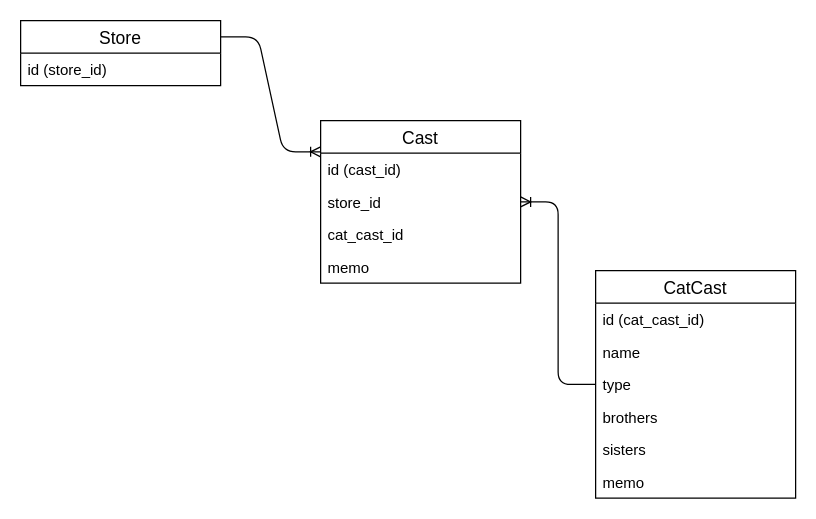
Earlier version of the draw.io diagram document/02. 基本設計/draw.io/cast.drawio (mabubu0203/catcafe). Source tidied: cells renumbered, new cells numbered last; positions are measured from the earlier drawing's top-left corner, leaving out a move shared by most shapes. Both pictures are drawn from the tidied source at 125%, with x=0, y=0 at pixel (20, 20).
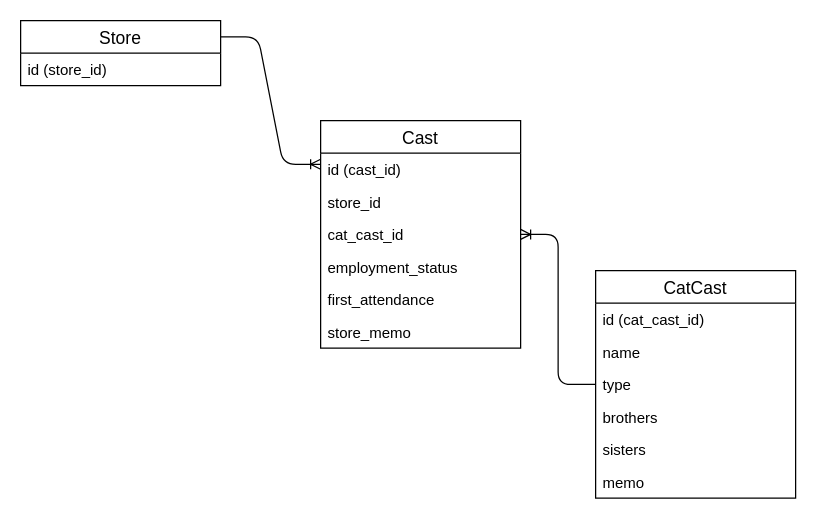
After the change.

What changed in the source:
```diff
@@
 <mxGraphModel>
   <root>
     <mxCell id="0" />
     <mxCell id="1" parent="0" />
     <mxCell id="2" value="Store" style="swimlane;fontStyle=0;horizontal=1;startSize=26;align=center;fontSize=14;" parent="1" vertex="1">
       <mxGeometry width="160" height="52" as="geometry" />
     </mxCell>
     <mxCell id="3" value="id (store_id)" style="text;strokeColor=none;fillColor=none;spacingLeft=4;spacingRight=4;overflow=hidden;fontSize=12;" parent="2" vertex="1">
       <mxGeometry y="26" width="160" height="26" as="geometry" />
     </mxCell>
     <mxCell id="4" value="Cast" style="swimlane;fontStyle=0;horizontal=1;startSize=26;align=center;fontSize=14;" parent="1" vertex="1">
-      <mxGeometry x="240" y="80" width="160" height="130" as="geometry" />
+      <mxGeometry x="240" y="80" width="160" height="182" as="geometry" />
     </mxCell>
     <mxCell id="5" value="id (cast_id)" style="text;strokeColor=none;fillColor=none;spacingLeft=4;spacingRight=4;overflow=hidden;fontSize=12;" parent="4" vertex="1">
       <mxGeometry y="26" width="160" height="26" as="geometry" />
     </mxCell>
     <mxCell id="6" value="store_id" style="text;strokeColor=none;fillColor=none;spacingLeft=4;spacingRight=4;overflow=hidden;fontSize=12;" parent="4" vertex="1">
       <mxGeometry y="52" width="160" height="26" as="geometry" />
     </mxCell>
     <mxCell id="7" value="cat_cast_id" style="text;strokeColor=none;fillColor=none;spacingLeft=4;spacingRight=4;overflow=hidden;fontSize=12;" parent="4" vertex="1">
       <mxGeometry y="78" width="160" height="26" as="geometry" />
     </mxCell>
+    <mxCell id="18" value="employment_status" style="text;strokeColor=none;fillColor=none;spacingLeft=4;spacingRight=4;overflow=hidden;fontSize=12;" parent="4" vertex="1">
+      <mxGeometry y="104" width="160" height="26" as="geometry" />
+    </mxCell>
+    <mxCell id="19" value="first_attendance" style="text;strokeColor=none;fillColor=none;spacingLeft=4;spacingRight=4;overflow=hidden;fontSize=12;" parent="4" vertex="1">
+      <mxGeometry y="130" width="160" height="26" as="geometry" />
+    </mxCell>
-    <mxCell id="8" value="memo" style="text;strokeColor=none;fillColor=none;spacingLeft=4;spacingRight=4;overflow=hidden;fontSize=12;" parent="4" vertex="1">
-      <mxGeometry y="104" width="160" height="26" as="geometry" />
+    <mxCell id="8" value="store_memo" style="text;strokeColor=none;fillColor=none;spacingLeft=4;spacingRight=4;overflow=hidden;fontSize=12;" parent="4" vertex="1">
+      <mxGeometry y="156" width="160" height="26" as="geometry" />
     </mxCell>
     <mxCell id="9" style="edgeStyle=entityRelationEdgeStyle;fontSize=12;html=1;endArrow=ERoneToMany;entryX=0;entryY=0.192;entryDx=0;entryDy=0;entryPerimeter=0;exitX=1;exitY=0.25;exitDx=0;exitDy=0;" parent="1" edge="1" source="2" target="4">
       <mxGeometry relative="1" as="geometry" />
     </mxCell>
     <mxCell id="10" style="edgeStyle=entityRelationEdgeStyle;fontSize=12;html=1;endArrow=ERoneToMany;" parent="1" edge="1" source="11" target="4">
       <mxGeometry relative="1" as="geometry" />
     </mxCell>
     <mxCell id="11" value="CatCast" style="swimlane;fontStyle=0;horizontal=1;startSize=26;align=center;fontSize=14;" parent="1" vertex="1">
       <mxGeometry x="460" y="200" width="160" height="182" as="geometry" />
     </mxCell>
     <mxCell id="12" value="id (cat_cast_id)" style="text;strokeColor=none;fillColor=none;spacingLeft=4;spacingRight=4;overflow=hidden;fontSize=12;" parent="11" vertex="1">
       <mxGeometry y="26" width="160" height="26" as="geometry" />
     </mxCell>
     <mxCell id="13" value="name" style="text;strokeColor=none;fillColor=none;spacingLeft=4;spacingRight=4;overflow=hidden;fontSize=12;" parent="11" vertex="1">
       <mxGeometry y="52" width="160" height="26" as="geometry" />
     </mxCell>
     <mxCell id="14" value="type" style="text;strokeColor=none;fillColor=none;spacingLeft=4;spacingRight=4;overflow=hidden;fontSize=12;" parent="11" vertex="1">
       <mxGeometry y="78" width="160" height="26" as="geometry" />
     </mxCell>
     <mxCell id="15" value="brothers" style="text;strokeColor=none;fillColor=none;spacingLeft=4;spacingRight=4;overflow=hidden;fontSize=12;" parent="11" vertex="1">
       <mxGeometry y="104" width="160" height="26" as="geometry" />
     </mxCell>
     <mxCell id="16" value="sisters" style="text;strokeColor=none;fillColor=none;spacingLeft=4;spacingRight=4;overflow=hidden;fontSize=12;" parent="11" vertex="1">
       <mxGeometry y="130" width="160" height="26" as="geometry" />
     </mxCell>
     <mxCell id="17" value="memo" style="text;strokeColor=none;fillColor=none;spacingLeft=4;spacingRight=4;overflow=hidden;fontSize=12;" parent="11" vertex="1">
       <mxGeometry y="156" width="160" height="26" as="geometry" />
     </mxCell>
   </root>
 </mxGraphModel>
```
